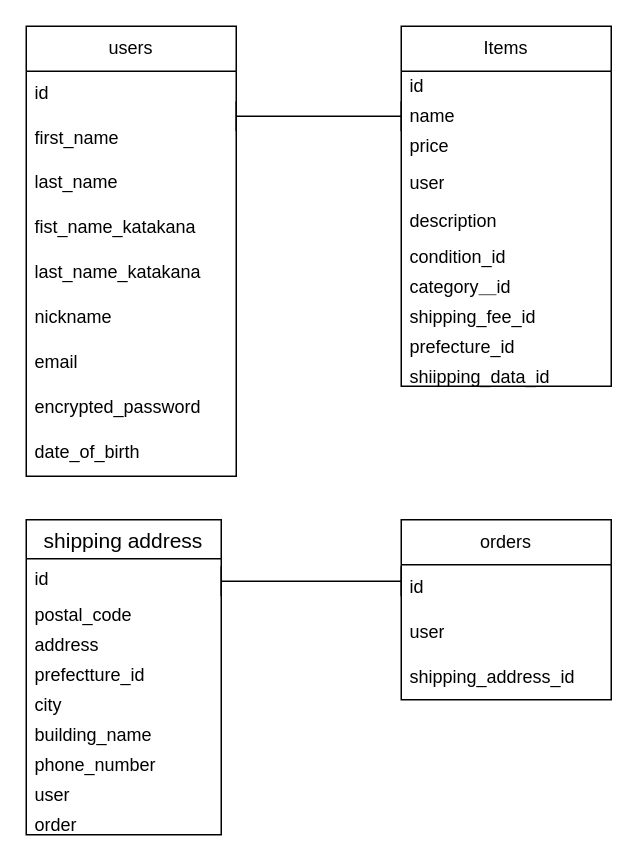
This is test.dio from yusukenemoto12345/furima39956_2, a draw.io file, before an edit. Source tidied: cells renumbered, new cells numbered last; positions are measured from the earlier drawing's top-left corner, leaving out a move shared by most shapes. Both pictures are drawn from the tidied source at 150%, with x=0, y=0 at pixel (26, 26).
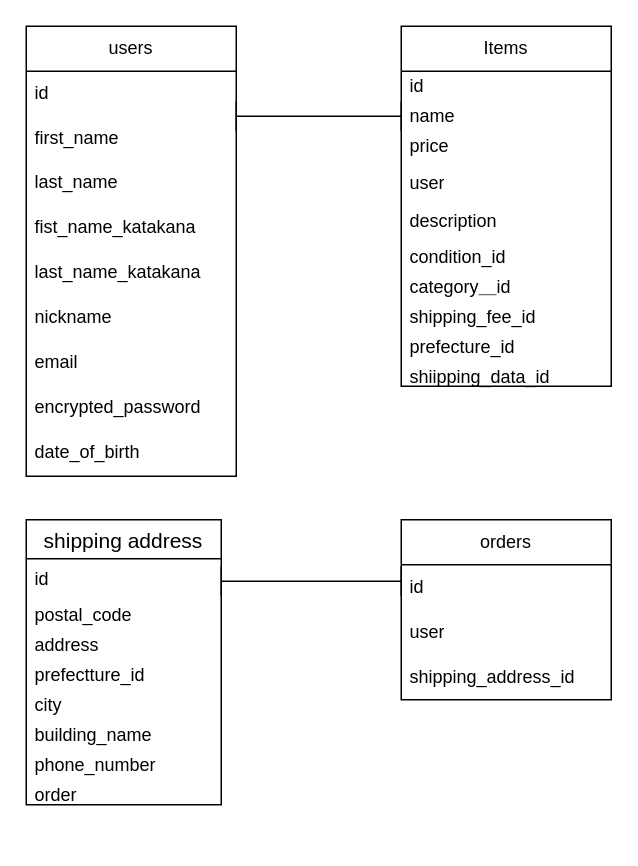
The same diagram, later.

Commit message (it also covers changes not shown here):
ユーザーデータ設計13

Change to the diagram source:
```diff
@@
     <mxCell id="27" value="shipping address" style="swimlane;fontStyle=0;horizontal=1;startSize=26;align=center;fontSize=14;" parent="1" vertex="1">
-      <mxGeometry y="329" width="130" height="210" as="geometry" />
+      <mxGeometry y="329" width="130" height="190" as="geometry" />
     </mxCell>
@@
-    <mxCell id="35" value="user" style="text;strokeColor=none;fillColor=none;spacingLeft=4;spacingRight=4;overflow=hidden;fontSize=12;" parent="27" vertex="1">
-      <mxGeometry y="170" width="130" height="20" as="geometry" />
-    </mxCell>
     <mxCell id="36" value="order" style="text;strokeColor=none;fillColor=none;spacingLeft=4;spacingRight=4;overflow=hidden;fontSize=12;" parent="27" vertex="1">
-      <mxGeometry y="190" width="130" height="20" as="geometry" />
+      <mxGeometry y="170" width="130" height="20" as="geometry" />
     </mxCell>
```
